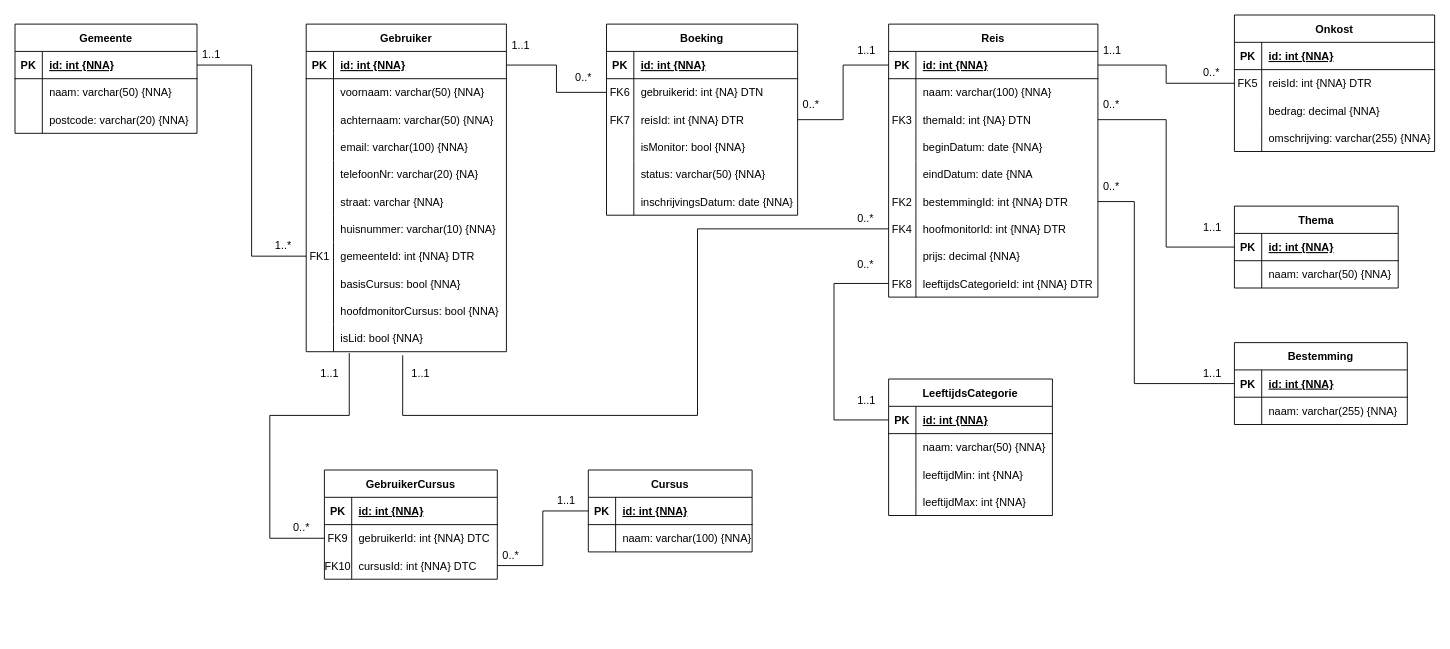
Above: Reisplanningsysteem.drawio in GillesLag/Reisplanningsysteem (draw.io), before the change. Source tidied: cells renumbered, new cells numbered last; positions are measured from the earlier drawing's top-left corner, leaving out a move shared by most shapes. Both pictures are drawn from the tidied source at 91%, with x=0, y=0 at pixel (15, 15).
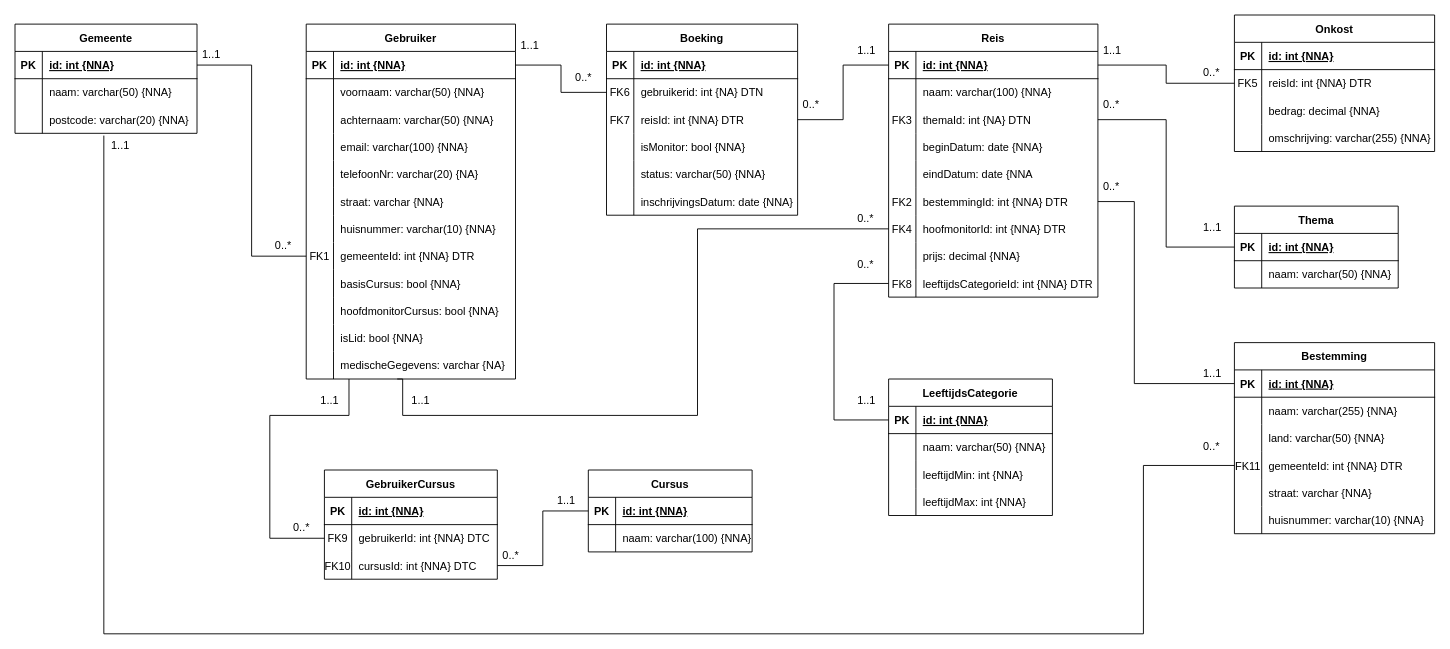
The same diagram, later.

Unchanged cells that the change refers to:
```xml
<mxCell id="55" style="shape=tableRow;horizontal=0;startSize=0;swimlaneHead=0;swimlaneBody=0;fillColor=none;points=[[0,0.5],[1,0.5]];portConstraint=eastwest;top=0;left=0;right=0;bottom=0;" parent="36" vertex="1">
  <mxGeometry y="210" width="230" height="30" as="geometry" />
</mxCell>
<mxCell id="104" style="shape=tableRow;horizontal=0;startSize=0;swimlaneHead=0;swimlaneBody=0;fillColor=none;points=[[0,0.5],[1,0.5]];portConstraint=eastwest;top=0;left=0;right=0;bottom=0;" parent="97" vertex="1">
  <mxGeometry y="90" width="200" height="30" as="geometry" />
</mxCell>
<mxCell id="124" style="shape=tableRow;horizontal=0;startSize=0;swimlaneHead=0;swimlaneBody=0;fillColor=none;points=[[0,0.5],[1,0.5]];portConstraint=eastwest;top=0;left=0;right=0;bottom=0;" parent="120" vertex="1">
  <mxGeometry y="60" width="190" height="30" as="geometry" />
</mxCell>
```

The edit, as a diff of the source:
```diff
@@
     <mxCell id="2" value="Gebruiker" style="shape=table;startSize=30;childLayout=tableLayout;rowLines=0;fontStyle=1;align=center;" parent="1" vertex="1">
-      <mxGeometry x="320" y="10" width="220" height="360" as="geometry" />
+      <mxGeometry x="320" y="10" width="230" height="390" as="geometry" />
     </mxCell>
     <mxCell id="3" style="shape=tableRow;horizontal=0;startSize=0;swimlaneHead=0;swimlaneBody=0;fillColor=none;points=[[0,0.5],[1,0.5]];portConstraint=eastwest;top=0;left=0;right=0;bottom=1;" parent="2" vertex="1">
-      <mxGeometry y="30" width="220" height="30" as="geometry" />
+      <mxGeometry y="30" width="230" height="30" as="geometry" />
     </mxCell>
@@
     <mxCell id="5" value="id: int {NNA}" style="shape=partialRectangle;fillColor=none;top=0;left=0;bottom=0;right=0;align=left;spacingLeft=6;fontStyle=5;overflow=hidden;" parent="3" vertex="1">
-      <mxGeometry x="30" width="190" height="30" as="geometry" />
+      <mxGeometry x="30" width="200" height="30" as="geometry" />
     </mxCell>
     <mxCell id="6" style="shape=tableRow;horizontal=0;startSize=0;swimlaneHead=0;swimlaneBody=0;fillColor=none;top=0;left=0;right=0;bottom=0;" parent="2" vertex="1">
-      <mxGeometry y="60" width="220" height="30" as="geometry" />
+      <mxGeometry y="60" width="230" height="30" as="geometry" />
     </mxCell>
@@
     <mxCell id="8" value="voornaam: varchar(50) {NNA}" style="shape=partialRectangle;fillColor=none;top=0;left=0;bottom=0;right=0;align=left;spacingLeft=6;overflow=hidden;" parent="6" vertex="1">
-      <mxGeometry x="30" width="190" height="30" as="geometry" />
+      <mxGeometry x="30" width="200" height="30" as="geometry" />
     </mxCell>
     <mxCell id="9" style="shape=tableRow;horizontal=0;startSize=0;swimlaneHead=0;swimlaneBody=0;fillColor=none;top=0;left=0;right=0;bottom=0;" parent="2" vertex="1">
-      <mxGeometry y="90" width="220" height="30" as="geometry" />
+      <mxGeometry y="90" width="230" height="30" as="geometry" />
     </mxCell>
@@
     <mxCell id="11" value="achternaam: varchar(50) {NNA}" style="shape=partialRectangle;fillColor=none;top=0;left=0;bottom=0;right=0;align=left;spacingLeft=6;overflow=hidden;" parent="9" vertex="1">
-      <mxGeometry x="30" width="190" height="30" as="geometry" />
+      <mxGeometry x="30" width="200" height="30" as="geometry" />
     </mxCell>
     <mxCell id="12" style="shape=tableRow;horizontal=0;startSize=0;swimlaneHead=0;swimlaneBody=0;fillColor=none;top=0;left=0;right=0;bottom=0;" parent="2" vertex="1">
-      <mxGeometry y="120" width="220" height="30" as="geometry" />
+      <mxGeometry y="120" width="230" height="30" as="geometry" />
     </mxCell>
@@
     <mxCell id="14" value="email: varchar(100) {NNA}" style="shape=partialRectangle;fillColor=none;top=0;left=0;bottom=0;right=0;align=left;spacingLeft=6;overflow=hidden;" parent="12" vertex="1">
-      <mxGeometry x="30" width="190" height="30" as="geometry" />
+      <mxGeometry x="30" width="200" height="30" as="geometry" />
     </mxCell>
     <mxCell id="15" style="shape=tableRow;horizontal=0;startSize=0;swimlaneHead=0;swimlaneBody=0;fillColor=none;top=0;left=0;right=0;bottom=0;" parent="2" vertex="1">
-      <mxGeometry y="150" width="220" height="30" as="geometry" />
+      <mxGeometry y="150" width="230" height="30" as="geometry" />
     </mxCell>
@@
     <mxCell id="17" value="telefoonNr: varchar(20) {NA}" style="shape=partialRectangle;fillColor=none;top=0;left=0;bottom=0;right=0;align=left;spacingLeft=6;overflow=hidden;" parent="15" vertex="1">
-      <mxGeometry x="30" width="190" height="30" as="geometry" />
+      <mxGeometry x="30" width="200" height="30" as="geometry" />
     </mxCell>
     <mxCell id="18" style="shape=tableRow;horizontal=0;startSize=0;swimlaneHead=0;swimlaneBody=0;fillColor=none;top=0;left=0;right=0;bottom=0;" parent="2" vertex="1">
-      <mxGeometry y="180" width="220" height="30" as="geometry" />
+      <mxGeometry y="180" width="230" height="30" as="geometry" />
     </mxCell>
@@
     <mxCell id="20" value="straat: varchar {NNA}" style="shape=partialRectangle;fillColor=none;top=0;left=0;bottom=0;right=0;align=left;spacingLeft=6;overflow=hidden;" parent="18" vertex="1">
-      <mxGeometry x="30" width="190" height="30" as="geometry" />
+      <mxGeometry x="30" width="200" height="30" as="geometry" />
     </mxCell>
     <mxCell id="21" style="shape=tableRow;horizontal=0;startSize=0;swimlaneHead=0;swimlaneBody=0;fillColor=none;top=0;left=0;right=0;bottom=0;" parent="2" vertex="1">
-      <mxGeometry y="210" width="220" height="30" as="geometry" />
+      <mxGeometry y="210" width="230" height="30" as="geometry" />
     </mxCell>
@@
     <mxCell id="23" value="huisnummer: varchar(10) {NNA}" style="shape=partialRectangle;fillColor=none;top=0;left=0;bottom=0;right=0;align=left;spacingLeft=6;overflow=hidden;" parent="21" vertex="1">
-      <mxGeometry x="30" width="190" height="30" as="geometry" />
+      <mxGeometry x="30" width="200" height="30" as="geometry" />
     </mxCell>
     <mxCell id="24" style="shape=tableRow;horizontal=0;startSize=0;swimlaneHead=0;swimlaneBody=0;fillColor=none;points=[[0,0.5],[1,0.5]];portConstraint=eastwest;top=0;left=0;right=0;bottom=0;" parent="2" vertex="1">
-      <mxGeometry y="240" width="220" height="30" as="geometry" />
+      <mxGeometry y="240" width="230" height="30" as="geometry" />
     </mxCell>
@@
     <mxCell id="26" value="gemeenteId: int {NNA} DTR" style="shape=partialRectangle;fillColor=none;top=0;left=0;bottom=0;right=0;align=left;spacingLeft=6;overflow=hidden;" parent="24" vertex="1">
-      <mxGeometry x="30" width="190" height="30" as="geometry" />
+      <mxGeometry x="30" width="200" height="30" as="geometry" />
     </mxCell>
     <mxCell id="27" style="shape=tableRow;horizontal=0;startSize=0;swimlaneHead=0;swimlaneBody=0;fillColor=none;top=0;left=0;right=0;bottom=0;" parent="2" vertex="1">
-      <mxGeometry y="270" width="220" height="30" as="geometry" />
+      <mxGeometry y="270" width="230" height="30" as="geometry" />
     </mxCell>
@@
     <mxCell id="29" value="basisCursus: bool {NNA}" style="shape=partialRectangle;fillColor=none;top=0;left=0;bottom=0;right=0;align=left;spacingLeft=6;overflow=hidden;" parent="27" vertex="1">
-      <mxGeometry x="30" width="190" height="30" as="geometry" />
+      <mxGeometry x="30" width="200" height="30" as="geometry" />
     </mxCell>
     <mxCell id="30" style="shape=tableRow;horizontal=0;startSize=0;swimlaneHead=0;swimlaneBody=0;fillColor=none;top=0;left=0;right=0;bottom=0;" parent="2" vertex="1">
-      <mxGeometry y="300" width="220" height="30" as="geometry" />
+      <mxGeometry y="300" width="230" height="30" as="geometry" />
     </mxCell>
@@
     <mxCell id="32" value="hoofdmonitorCursus: bool {NNA}" style="shape=partialRectangle;fillColor=none;top=0;left=0;bottom=0;right=0;align=left;spacingLeft=6;overflow=hidden;" parent="30" vertex="1">
-      <mxGeometry x="30" width="190" height="30" as="geometry" />
+      <mxGeometry x="30" width="200" height="30" as="geometry" />
     </mxCell>
     <mxCell id="33" style="shape=tableRow;horizontal=0;startSize=0;swimlaneHead=0;swimlaneBody=0;fillColor=none;points=[[0,0.5],[1,0.5]];portConstraint=eastwest;top=0;left=0;right=0;bottom=0;" parent="2" vertex="1">
-      <mxGeometry y="330" width="220" height="30" as="geometry" />
+      <mxGeometry y="330" width="230" height="30" as="geometry" />
     </mxCell>
@@
     <mxCell id="35" value="isLid: bool {NNA}" style="shape=partialRectangle;fillColor=none;top=0;left=0;bottom=0;right=0;align=left;spacingLeft=6;overflow=hidden;" parent="33" vertex="1">
-      <mxGeometry x="30" width="190" height="30" as="geometry" />
+      <mxGeometry x="30" width="200" height="30" as="geometry" />
     </mxCell>
+    <mxCell id="180" style="shape=tableRow;horizontal=0;startSize=0;swimlaneHead=0;swimlaneBody=0;fillColor=none;top=0;left=0;right=0;bottom=0;" parent="2" vertex="1">
+      <mxGeometry y="360" width="230" height="30" as="geometry" />
+    </mxCell>
+    <mxCell id="181" style="shape=partialRectangle;fillColor=none;top=0;left=0;bottom=0;right=0;overflow=hidden;" parent="180" vertex="1">
+      <mxGeometry width="30" height="30" as="geometry" />
+    </mxCell>
+    <mxCell id="182" value="medischeGegevens: varchar {NA}" style="shape=partialRectangle;fillColor=none;top=0;left=0;bottom=0;right=0;align=left;spacingLeft=6;overflow=hidden;" parent="180" vertex="1">
+      <mxGeometry x="30" width="200" height="30" as="geometry" />
+    </mxCell>
@@
     <mxCell id="90" value="Bestemming" style="shape=table;startSize=30;childLayout=tableLayout;rowLines=0;fontStyle=1;align=center;" parent="1" vertex="1">
-      <mxGeometry x="1340" y="360" width="190" height="90" as="geometry" />
+      <mxGeometry x="1340" y="360" width="220" height="210" as="geometry" />
     </mxCell>
     <mxCell id="91" style="shape=tableRow;horizontal=0;startSize=0;swimlaneHead=0;swimlaneBody=0;fillColor=none;points=[[0,0.5],[1,0.5]];portConstraint=eastwest;top=0;left=0;right=0;bottom=1;" parent="90" vertex="1">
-      <mxGeometry y="30" width="190" height="30" as="geometry" />
+      <mxGeometry y="30" width="220" height="30" as="geometry" />
     </mxCell>
@@
     <mxCell id="93" value="id: int {NNA}" style="shape=partialRectangle;fillColor=none;top=0;left=0;bottom=0;right=0;align=left;spacingLeft=6;fontStyle=5;overflow=hidden;" parent="91" vertex="1">
-      <mxGeometry x="30" width="160" height="30" as="geometry" />
+      <mxGeometry x="30" width="190" height="30" as="geometry" />
     </mxCell>
     <mxCell id="94" style="shape=tableRow;horizontal=0;startSize=0;swimlaneHead=0;swimlaneBody=0;fillColor=none;top=0;left=0;right=0;bottom=0;" parent="90" vertex="1">
-      <mxGeometry y="60" width="190" height="30" as="geometry" />
+      <mxGeometry y="60" width="220" height="30" as="geometry" />
     </mxCell>
@@
     <mxCell id="96" value="naam: varchar(255) {NNA}" style="shape=partialRectangle;fillColor=none;top=0;left=0;bottom=0;right=0;align=left;spacingLeft=6;overflow=hidden;" parent="94" vertex="1">
-      <mxGeometry x="30" width="160" height="30" as="geometry" />
+      <mxGeometry x="30" width="190" height="30" as="geometry" />
     </mxCell>
+    <mxCell id="183" style="shape=tableRow;horizontal=0;startSize=0;swimlaneHead=0;swimlaneBody=0;fillColor=none;top=0;left=0;right=0;bottom=0;" parent="90" vertex="1">
+      <mxGeometry y="90" width="220" height="30" as="geometry" />
+    </mxCell>
+    <mxCell id="184" style="shape=partialRectangle;fillColor=none;top=0;left=0;bottom=0;right=0;overflow=hidden;" parent="183" vertex="1">
+      <mxGeometry width="30" height="30" as="geometry" />
+    </mxCell>
+    <mxCell id="185" value="land: varchar(50) {NNA}" style="shape=partialRectangle;fillColor=none;top=0;left=0;bottom=0;right=0;align=left;spacingLeft=6;overflow=hidden;" parent="183" vertex="1">
+      <mxGeometry x="30" width="190" height="30" as="geometry" />
+    </mxCell>
+    <mxCell id="186" style="shape=tableRow;horizontal=0;startSize=0;swimlaneHead=0;swimlaneBody=0;fillColor=none;points=[[0,0.5],[1,0.5]];portConstraint=eastwest;top=0;left=0;right=0;bottom=0;" parent="90" vertex="1">
+      <mxGeometry y="120" width="220" height="30" as="geometry" />
+    </mxCell>
+    <mxCell id="187" value="FK11" style="shape=partialRectangle;fillColor=none;top=0;left=0;bottom=0;right=0;overflow=hidden;" parent="186" vertex="1">
+      <mxGeometry width="30" height="30" as="geometry" />
+    </mxCell>
+    <mxCell id="188" value="gemeenteId: int {NNA} DTR" style="shape=partialRectangle;fillColor=none;top=0;left=0;bottom=0;right=0;align=left;spacingLeft=6;overflow=hidden;" parent="186" vertex="1">
+      <mxGeometry x="30" width="190" height="30" as="geometry" />
+    </mxCell>
+    <mxCell id="189" style="shape=tableRow;horizontal=0;startSize=0;swimlaneHead=0;swimlaneBody=0;fillColor=none;top=0;left=0;right=0;bottom=0;" parent="90" vertex="1">
+      <mxGeometry y="150" width="220" height="30" as="geometry" />
+    </mxCell>
+    <mxCell id="190" style="shape=partialRectangle;fillColor=none;top=0;left=0;bottom=0;right=0;overflow=hidden;" parent="189" vertex="1">
+      <mxGeometry width="30" height="30" as="geometry" />
+    </mxCell>
+    <mxCell id="191" value="straat: varchar {NNA}" style="shape=partialRectangle;fillColor=none;top=0;left=0;bottom=0;right=0;align=left;spacingLeft=6;overflow=hidden;" parent="189" vertex="1">
+      <mxGeometry x="30" width="190" height="30" as="geometry" />
+    </mxCell>
+    <mxCell id="192" style="shape=tableRow;horizontal=0;startSize=0;swimlaneHead=0;swimlaneBody=0;fillColor=none;top=0;left=0;right=0;bottom=0;" parent="90" vertex="1">
+      <mxGeometry y="180" width="220" height="30" as="geometry" />
+    </mxCell>
+    <mxCell id="193" style="shape=partialRectangle;fillColor=none;top=0;left=0;bottom=0;right=0;overflow=hidden;" parent="192" vertex="1">
+      <mxGeometry width="30" height="30" as="geometry" />
+    </mxCell>
+    <mxCell id="194" value="huisnummer: varchar(10) {NNA}" style="shape=partialRectangle;fillColor=none;top=0;left=0;bottom=0;right=0;align=left;spacingLeft=6;overflow=hidden;" parent="192" vertex="1">
+      <mxGeometry x="30" width="190" height="30" as="geometry" />
+    </mxCell>
@@
-    <mxCell id="131" value="1..*" style="text;strokeColor=none;fillColor=none;spacingLeft=4;spacingRight=4;overflow=hidden;fontSize=12;" parent="1" vertex="1">
+    <mxCell id="131" value="0..*" style="text;strokeColor=none;fillColor=none;spacingLeft=4;spacingRight=4;overflow=hidden;fontSize=12;" parent="1" vertex="1">
       <mxGeometry x="280" y="240" width="40" height="30" as="geometry" />
     </mxCell>
@@
     <mxCell id="156" value="1..1" style="text;strokeColor=none;fillColor=none;spacingLeft=4;spacingRight=4;overflow=hidden;fontSize=12;" parent="1" vertex="1">
-      <mxGeometry x="540" y="20" width="40" height="30" as="geometry" />
+      <mxGeometry x="550" y="20" width="40" height="30" as="geometry" />
     </mxCell>
@@
-    <mxCell id="161" style="endArrow=none;html=1;rounded=0;edgeStyle=orthogonalEdgeStyle;exitX=0.482;exitY=1.133;exitDx=0;exitDy=0;exitPerimeter=0;entryX=0;entryY=0.5;entryDx=0;entryDy=0;" parent="1" edge="1" source="33" target="55">
+    <mxCell id="161" style="endArrow=none;html=1;rounded=0;edgeStyle=orthogonalEdgeStyle;entryX=0;entryY=0.5;entryDx=0;entryDy=0;" parent="1" edge="1" target="55">
       <mxGeometry relative="1" as="geometry">
+        <mxPoint x="420" y="400" as="sourcePoint" />
         <Array as="points">
           <mxPoint x="426" y="440" />
           <mxPoint x="750" y="440" />
           <mxPoint x="750" y="235" />
         </Array>
       </mxGeometry>
     </mxCell>
@@
     <mxCell id="163" value="1..1" style="text;strokeColor=none;fillColor=none;spacingLeft=4;spacingRight=4;overflow=hidden;fontSize=12;" parent="1" vertex="1">
-      <mxGeometry x="430" y="380" width="40" height="30" as="geometry" />
+      <mxGeometry x="430" y="410" width="40" height="30" as="geometry" />
     </mxCell>
@@
-    <mxCell id="174" style="endArrow=none;html=1;rounded=0;edgeStyle=orthogonalEdgeStyle;exitX=0.215;exitY=1.049;exitDx=0;exitDy=0;exitPerimeter=0;entryX=0;entryY=0.5;entryDx=0;entryDy=0;" parent="1" edge="1" source="33" target="124">
+    <mxCell id="174" style="endArrow=none;html=1;rounded=0;edgeStyle=orthogonalEdgeStyle;entryX=0;entryY=0.5;entryDx=0;entryDy=0;" parent="1" edge="1" target="124">
       <mxGeometry relative="1" as="geometry">
+        <mxPoint x="367" y="400" as="sourcePoint" />
         <Array as="points">
           <mxPoint x="367" y="440" />
           <mxPoint x="280" y="440" />
           <mxPoint x="280" y="575" />
         </Array>
       </mxGeometry>
     </mxCell>
@@
     <mxCell id="179" value="1..1" style="text;strokeColor=none;fillColor=none;spacingLeft=4;spacingRight=4;overflow=hidden;fontSize=12;" parent="1" vertex="1">
-      <mxGeometry x="330" y="380" width="40" height="30" as="geometry" />
+      <mxGeometry x="330" y="410" width="40" height="30" as="geometry" />
     </mxCell>
+    <mxCell id="195" style="endArrow=none;html=1;rounded=0;edgeStyle=orthogonalEdgeStyle;entryX=0;entryY=0.5;entryDx=0;entryDy=0;exitX=0.488;exitY=1.084;exitDx=0;exitDy=0;exitPerimeter=0;" parent="1" edge="1" source="104" target="186">
+      <mxGeometry relative="1" as="geometry">
+        <Array as="points">
+          <mxPoint x="98" y="680" />
+          <mxPoint x="1240" y="680" />
+          <mxPoint x="1240" y="495" />
+        </Array>
+      </mxGeometry>
+    </mxCell>
+    <mxCell id="196" value="1..1" style="text;strokeColor=none;fillColor=none;spacingLeft=4;spacingRight=4;overflow=hidden;fontSize=12;" parent="1" vertex="1">
+      <mxGeometry x="100" y="130" width="40" height="30" as="geometry" />
+    </mxCell>
+    <mxCell id="197" value="0..*" style="text;strokeColor=none;fillColor=none;spacingLeft=4;spacingRight=4;overflow=hidden;fontSize=12;" parent="1" vertex="1">
+      <mxGeometry x="1300" y="460" width="40" height="30" as="geometry" />
+    </mxCell>
```
